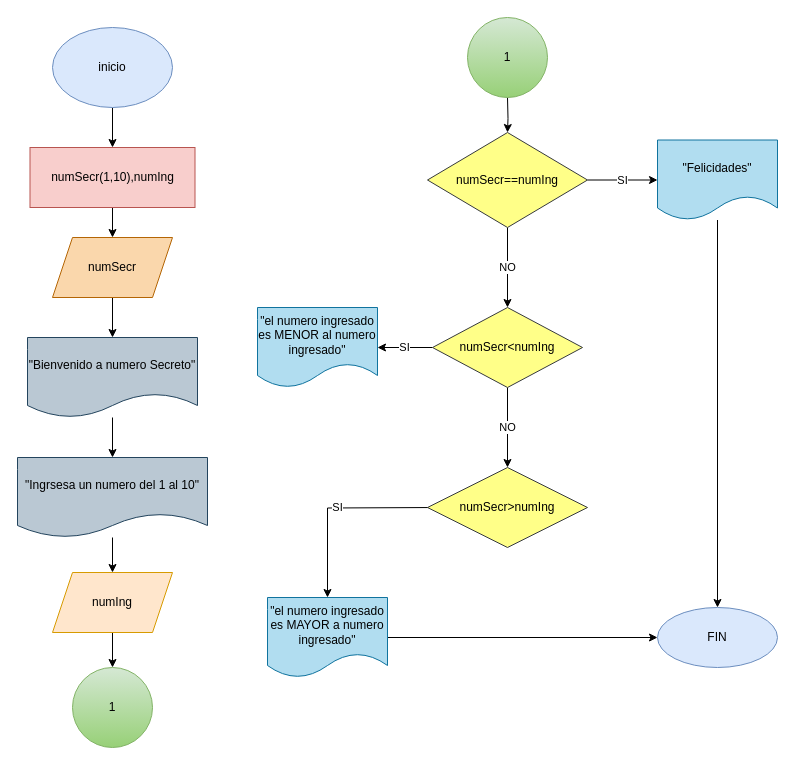
Above: Proyecto_final_1/numero_secreto.drawio in okjuang/Pensamiento_computacional (draw.io), before the change. Source tidied: cells renumbered, new cells numbered last; positions are measured from the earlier drawing's top-left corner, leaving out a move shared by most shapes. Both pictures are drawn from the tidied source at 100%, with x=0, y=0 at pixel (17, 17).
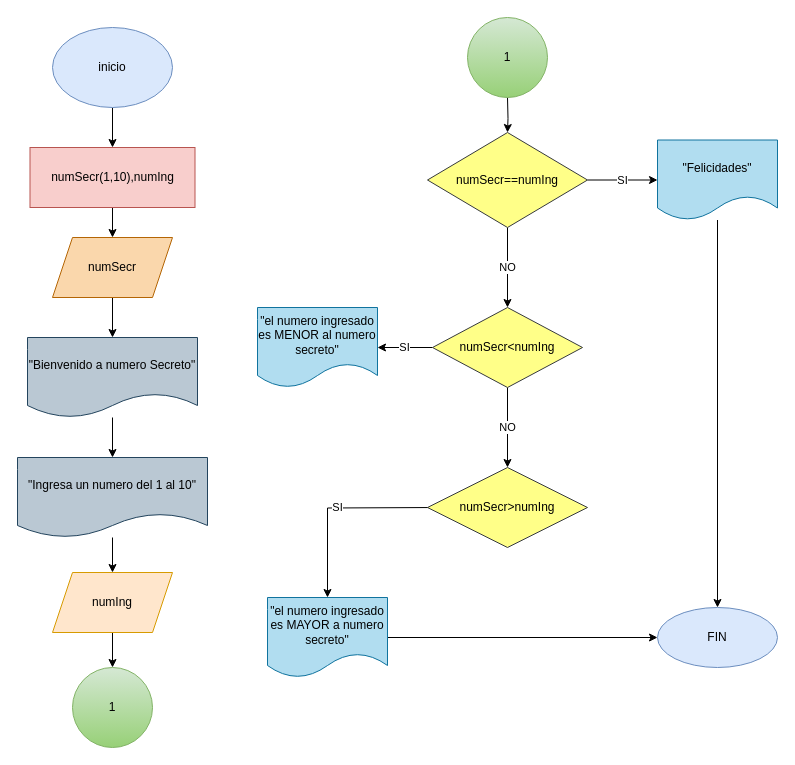
After the change.

The edit, as a diff of the source:
```diff
@@
-    <mxCell id="11" value="&quot;Ingrsesa un numero del 1 al 10&quot;" style="shape=document;whiteSpace=wrap;html=1;boundedLbl=1;fillColor=#bac8d3;strokeColor=#23445d;" parent="1" vertex="1">
+    <mxCell id="11" value="&quot;Ingresa un numero del 1 al 10&quot;" style="shape=document;whiteSpace=wrap;html=1;boundedLbl=1;fillColor=#bac8d3;strokeColor=#23445d;" parent="1" vertex="1">
       <mxGeometry y="440" width="190" height="80" as="geometry" />
     </mxCell>
@@
-    <mxCell id="25" value="&quot;el numero ingresado es MENOR al numero ingresado&quot;" style="shape=document;whiteSpace=wrap;html=1;boundedLbl=1;fillColor=#b1ddf0;strokeColor=#10739e;" parent="1" vertex="1">
+    <mxCell id="25" value="&quot;el numero ingresado es MENOR al numero secreto&quot;" style="shape=document;whiteSpace=wrap;html=1;boundedLbl=1;fillColor=#b1ddf0;strokeColor=#10739e;" parent="1" vertex="1">
       <mxGeometry x="240" y="290" width="120" height="80" as="geometry" />
     </mxCell>
@@
-    <mxCell id="30" value="&quot;el numero ingresado es MAYOR a numero ingresado&quot;" style="shape=document;whiteSpace=wrap;html=1;boundedLbl=1;fillColor=#b1ddf0;strokeColor=#10739e;" parent="1" vertex="1">
+    <mxCell id="30" value="&quot;el numero ingresado es MAYOR a numero secreto&quot;" style="shape=document;whiteSpace=wrap;html=1;boundedLbl=1;fillColor=#b1ddf0;strokeColor=#10739e;" parent="1" vertex="1">
       <mxGeometry x="250" y="580" width="120" height="80" as="geometry" />
     </mxCell>
```
